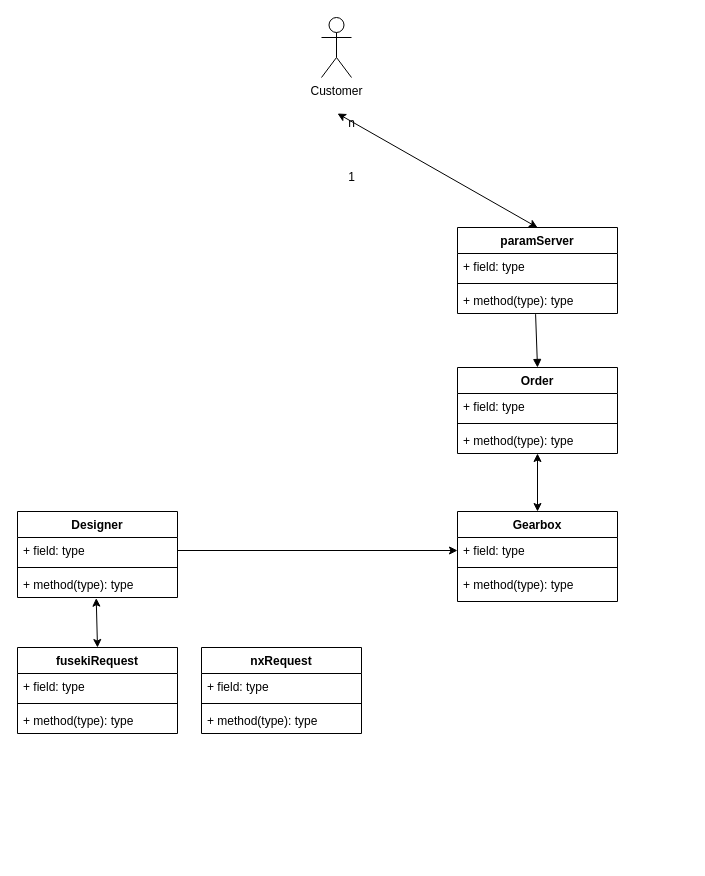
This is Other/A3_Klassediagram.drawio from Hallvaeb/automation-introductory-3D-gears, a draw.io file, before an edit. Source tidied: cells renumbered, new cells numbered last; positions are measured from the earlier drawing's top-left corner, leaving out a move shared by most shapes. Both pictures are drawn from the tidied source at 100%, with x=0, y=0 at pixel (17, 17).
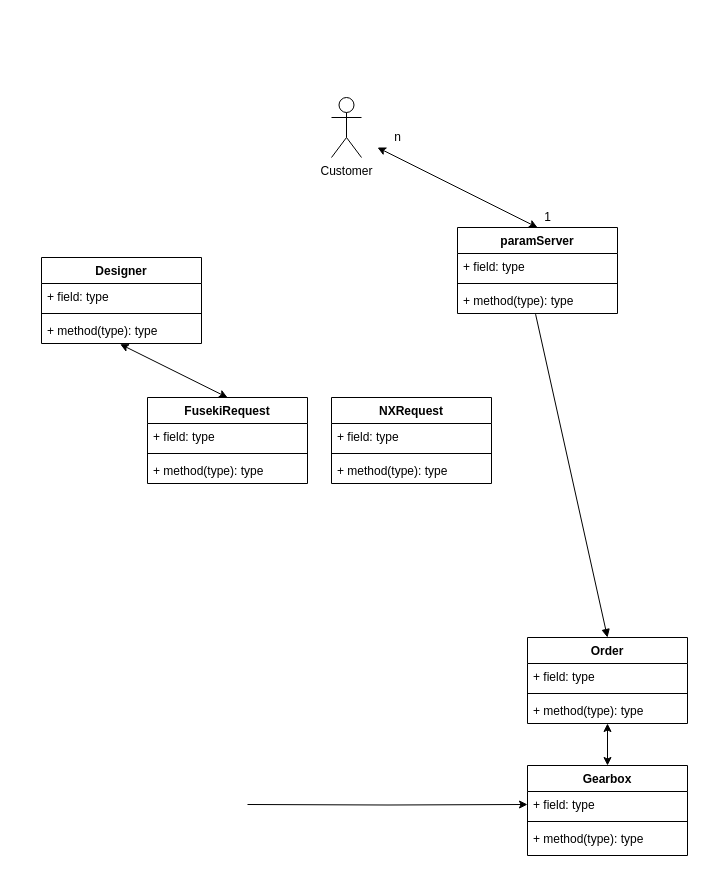
The same page after the edit.

Commit message (it also covers changes not shown here):
fix paramServer merge issues

Unchanged cells that the change refers to:
```xml
<mxCell id="7" value="+ field: type" style="text;strokeColor=none;fillColor=none;align=left;verticalAlign=top;spacingLeft=4;spacingRight=4;overflow=hidden;points=[[0,0.5],[1,0.5]];portConstraint=eastwest;" parent="6" vertex="1">
  <mxGeometry y="26" width="160" height="26" as="geometry" />
</mxCell>
<mxCell id="12" value="+ field: type" style="text;strokeColor=none;fillColor=none;align=left;verticalAlign=top;spacingLeft=4;spacingRight=4;overflow=hidden;points=[[0,0.5],[1,0.5]];portConstraint=eastwest;" parent="11" vertex="1">
  <mxGeometry y="26" width="160" height="26" as="geometry" />
</mxCell>
<mxCell id="15" value="paramServer" style="swimlane;fontStyle=1;align=center;verticalAlign=top;horizontal=1;startSize=26;" parent="1" vertex="1">
  <mxGeometry x="440" y="210" width="160" height="86" as="geometry" />
</mxCell>
```

The edit, as a diff of the source:
```diff
@@
     <mxCell id="2" value="Order" style="swimlane;fontStyle=1;align=center;verticalAlign=top;horizontal=1;startSize=26;" parent="1" vertex="1">
-      <mxGeometry x="440" y="350" width="160" height="86" as="geometry" />
+      <mxGeometry x="510" y="620" width="160" height="86" as="geometry" />
     </mxCell>
@@
     <mxCell id="6" value="Gearbox" style="swimlane;fontStyle=1;align=center;verticalAlign=top;horizontal=1;startSize=26;" parent="1" vertex="1">
-      <mxGeometry x="440" y="494" width="160" height="90" as="geometry" />
+      <mxGeometry x="510" y="748" width="160" height="90" as="geometry" />
     </mxCell>
@@
     <mxCell id="11" value="Designer" style="swimlane;fontStyle=1;align=center;verticalAlign=top;horizontal=1;startSize=26;" parent="1" vertex="1">
-      <mxGeometry y="494" width="160" height="86" as="geometry" />
+      <mxGeometry x="24" y="240" width="160" height="86" as="geometry" />
     </mxCell>
@@
-    <mxCell id="19" value="fusekiRequest&#10;" style="swimlane;fontStyle=1;align=center;verticalAlign=top;horizontal=1;startSize=26;" parent="1" vertex="1">
-      <mxGeometry y="630" width="160" height="86" as="geometry" />
+    <mxCell id="19" value="FusekiRequest&#10;" style="swimlane;fontStyle=1;align=center;verticalAlign=top;horizontal=1;startSize=26;" parent="1" vertex="1">
+      <mxGeometry x="130" y="380" width="160" height="86" as="geometry" />
     </mxCell>
@@
     <mxCell id="24" style="endArrow=classic;startArrow=classic;html=1;rounded=0;exitX=0.5;exitY=0;exitDx=0;exitDy=0;" parent="1" edge="1" source="15">
       <mxGeometry relative="1" as="geometry">
-        <mxPoint x="320" y="96" as="targetPoint" />
+        <mxPoint x="360" y="130" as="targetPoint" />
       </mxGeometry>
     </mxCell>
     <mxCell id="25" value="1" style="text;html=1;align=center;verticalAlign=middle;strokeColor=none;fillColor=none;" parent="1" vertex="1">
-      <mxGeometry x="324" y="150" width="20" height="20" as="geometry" />
+      <mxGeometry x="520" y="190" width="20" height="20" as="geometry" />
     </mxCell>
     <mxCell id="26" value="n" style="text;html=1;align=center;verticalAlign=middle;strokeColor=none;fillColor=none;" parent="1" vertex="1">
-      <mxGeometry x="324" y="96" width="20" height="20" as="geometry" />
+      <mxGeometry x="370" y="110" width="20" height="20" as="geometry" />
     </mxCell>
@@
     <mxCell id="28" value="Customer&lt;br&gt;" style="shape=umlActor;verticalLabelPosition=bottom;verticalAlign=top;html=1;" parent="1" vertex="1">
-      <mxGeometry x="304" width="30" height="60" as="geometry" />
+      <mxGeometry x="314" y="80" width="30" height="60" as="geometry" />
     </mxCell>
-    <mxCell id="29" style="edgeStyle=orthogonalEdgeStyle;rounded=0;jettySize=auto;html=1;exitX=1;exitY=0.5;exitDx=0;exitDy=0;" parent="1" edge="1" source="12" target="7">
-      <mxGeometry relative="1" as="geometry" />
+    <mxCell id="29" style="edgeStyle=orthogonalEdgeStyle;rounded=0;jettySize=auto;html=1;exitX=1;exitY=0.5;exitDx=0;exitDy=0;" parent="1" edge="1" target="7">
+      <mxGeometry relative="1" as="geometry">
+        <mxPoint x="230" y="787" as="sourcePoint" />
+      </mxGeometry>
     </mxCell>
-    <mxCell id="30" value="nxRequest&#10;" style="swimlane;fontStyle=1;align=center;verticalAlign=top;horizontal=1;startSize=26;" parent="1" vertex="1">
-      <mxGeometry x="184" y="630" width="160" height="86" as="geometry" />
+    <mxCell id="30" value="NXRequest&#10;" style="swimlane;fontStyle=1;align=center;verticalAlign=top;horizontal=1;startSize=26;" parent="1" vertex="1">
+      <mxGeometry x="314" y="380" width="160" height="86" as="geometry" />
     </mxCell>
```
